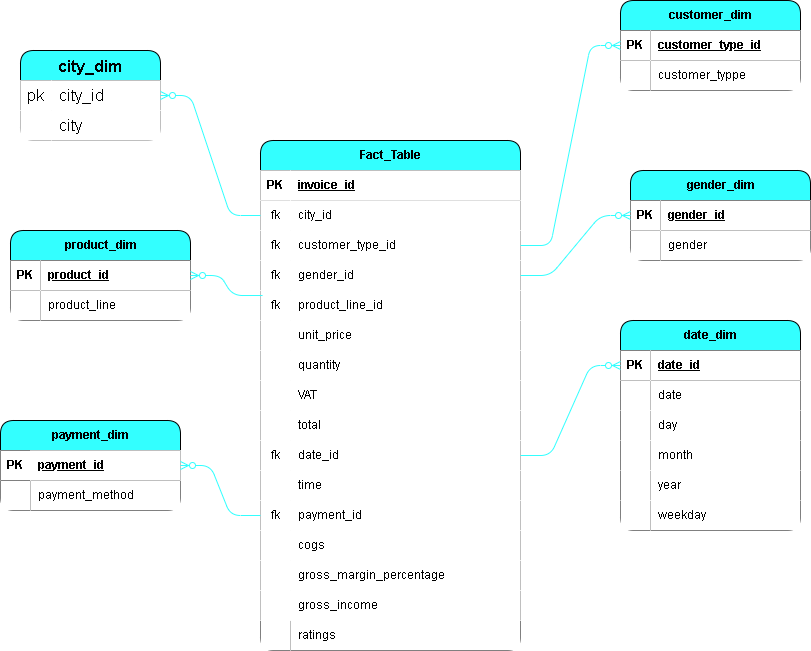
The draw.io diagram WalmartModel.drawio.png in kayikalvin/Walmart-DataAnalysis, before a commit. Source tidied: cells renumbered, new cells last; positions are measured from the earlier drawing's top-left corner, leaving out a move shared by most shapes.
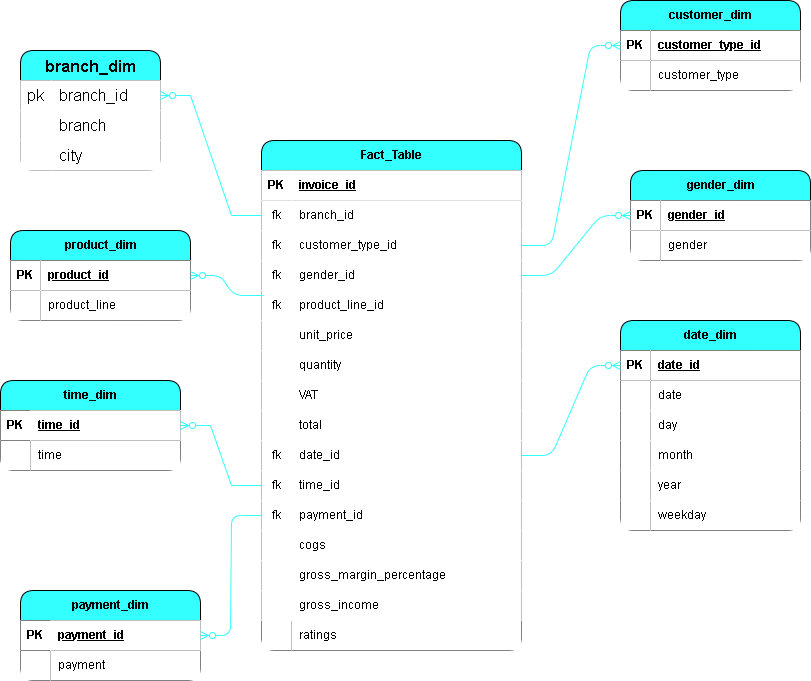
Later version of the same file.

Change to the diagram source:
```diff
@@ -3,7 +3,7 @@
     <mxCell id="0" />
     <mxCell id="1" parent="0" />
     <mxCell id="2" value="Fact_Table" style="shape=table;startSize=30;rowLines=0;fontStyle=1;align=center;html=1;labelBackgroundColor=none;rounded=1;fillColor=#33FFFF;" parent="1" vertex="1">
-      <mxGeometry x="260" y="140" width="260" height="510" as="geometry" />
+      <mxGeometry x="261" y="140" width="260" height="510" as="geometry" />
     </mxCell>
     <mxCell id="3" style="shape=tableRow;horizontal=0;startSize=0;swimlaneHead=0;swimlaneBody=0;top=0;left=0;right=0;bottom=1;shadow=0;labelBackgroundColor=none;rounded=1;" parent="2" vertex="1">
       <mxGeometry y="30" width="260" height="30" as="geometry" />
@@ -20,9 +20,9 @@
     <mxCell id="7" value="fk" style="shape=partialRectangle;top=0;left=0;bottom=0;right=0;overflow=hidden;whiteSpace=wrap;html=1;shadow=0;labelBackgroundColor=none;rounded=1;" parent="6" vertex="1">
       <mxGeometry width="30" height="30" as="geometry" />
     </mxCell>
-    <mxCell id="8" value="city_id" style="shape=partialRectangle;top=0;left=0;bottom=0;right=0;align=left;spacingLeft=6;overflow=hidden;whiteSpace=wrap;html=1;shadow=0;labelBackgroundColor=none;rounded=1;" parent="6" vertex="1">
-      <mxGeometry x="30" width="230" height="30" as="geometry" />
-    </mxCell>
+    <mxCell id="112" value="branch_id" style="shape=partialRectangle;top=0;left=0;bottom=0;right=0;align=left;spacingLeft=6;overflow=hidden;whiteSpace=wrap;html=1;shadow=0;labelBackgroundColor=none;rounded=1;" parent="6" vertex="1">
+      <mxGeometry x="30" width="230" height="30" as="geometry" />
+    </mxCell>
     <mxCell id="9" style="shape=tableRow;horizontal=0;startSize=0;swimlaneHead=0;swimlaneBody=0;points=[[0,0.5],[1,0.5]];portConstraint=eastwest;top=0;left=0;right=0;bottom=0;shadow=0;labelBackgroundColor=none;rounded=1;" parent="2" vertex="1">
       <mxGeometry y="90" width="260" height="30" as="geometry" />
     </mxCell>
@@ -98,10 +98,10 @@
     <mxCell id="33" style="shape=tableRow;horizontal=0;startSize=0;swimlaneHead=0;swimlaneBody=0;points=[[0,0.5],[1,0.5]];portConstraint=eastwest;top=0;left=0;right=0;bottom=0;shadow=0;labelBackgroundColor=none;rounded=1;" parent="2" vertex="1">
       <mxGeometry y="330" width="260" height="30" as="geometry" />
     </mxCell>
-    <mxCell id="34" style="shape=partialRectangle;top=0;left=0;bottom=0;right=0;overflow=hidden;whiteSpace=wrap;html=1;shadow=0;labelBackgroundColor=none;rounded=1;" parent="33" vertex="1">
+    <mxCell id="34" value="fk" style="shape=partialRectangle;top=0;left=0;bottom=0;right=0;overflow=hidden;whiteSpace=wrap;html=1;shadow=0;labelBackgroundColor=none;rounded=1;" parent="33" vertex="1">
       <mxGeometry width="30" height="30" as="geometry" />
     </mxCell>
-    <mxCell id="35" value="time" style="shape=partialRectangle;top=0;left=0;bottom=0;right=0;align=left;spacingLeft=6;overflow=hidden;whiteSpace=wrap;html=1;shadow=0;labelBackgroundColor=none;rounded=1;" parent="33" vertex="1">
+    <mxCell id="35" value="time_id" style="shape=partialRectangle;top=0;left=0;bottom=0;right=0;align=left;spacingLeft=6;overflow=hidden;whiteSpace=wrap;html=1;shadow=0;labelBackgroundColor=none;rounded=1;" parent="33" vertex="1">
       <mxGeometry x="30" width="230" height="30" as="geometry" />
     </mxCell>
     <mxCell id="36" style="shape=tableRow;horizontal=0;startSize=0;swimlaneHead=0;swimlaneBody=0;points=[[0,0.5],[1,0.5]];portConstraint=eastwest;top=0;left=0;right=0;bottom=0;shadow=0;labelBackgroundColor=none;rounded=1;" parent="2" vertex="1">
@@ -149,8 +149,8 @@
     <mxCell id="50" value="ratings" style="shape=partialRectangle;top=0;left=0;bottom=0;right=0;align=left;spacingLeft=6;overflow=hidden;whiteSpace=wrap;html=1;labelBackgroundColor=none;rounded=1;" parent="48" vertex="1">
       <mxGeometry x="30" width="230" height="30" as="geometry" />
     </mxCell>
-    <mxCell id="51" value="city_dim" style="shape=table;startSize=30;rowLines=0;fontStyle=1;fontSize=16;shadow=0;labelBackgroundColor=none;rounded=1;fillColor=#33FFFF;" parent="1" vertex="1">
-      <mxGeometry x="20" y="50" width="140" height="90" as="geometry" />
+    <mxCell id="51" value="branch_dim" style="shape=table;startSize=30;rowLines=0;fontStyle=1;fontSize=16;shadow=0;labelBackgroundColor=none;rounded=1;fillColor=#33FFFF;" parent="1" vertex="1">
+      <mxGeometry x="20" y="50" width="140" height="120" as="geometry" />
     </mxCell>
     <mxCell id="52" style="shape=tableRow;horizontal=0;startSize=0;swimlaneHead=0;swimlaneBody=0;top=0;left=0;bottom=0;right=0;points=[[0,0.5],[1,0.5]];portConstraint=eastwest;fontSize=16;shadow=0;labelBackgroundColor=none;rounded=1;" parent="51" vertex="1">
       <mxGeometry y="30" width="140" height="30" as="geometry" />
@@ -158,11 +158,20 @@
     <mxCell id="53" value="pk" style="shape=partialRectangle;html=1;whiteSpace=wrap;top=0;left=0;bottom=0;right=0;overflow=hidden;fontSize=16;shadow=0;labelBackgroundColor=none;rounded=1;" parent="52" vertex="1">
       <mxGeometry width="31" height="30" as="geometry" />
     </mxCell>
-    <mxCell id="54" value="city_id" style="shape=partialRectangle;html=1;whiteSpace=wrap;top=0;left=0;bottom=0;right=0;align=left;spacingLeft=6;overflow=hidden;fontSize=16;shadow=0;labelBackgroundColor=none;rounded=1;" parent="52" vertex="1">
+    <mxCell id="54" value="branch_id" style="shape=partialRectangle;html=1;whiteSpace=wrap;top=0;left=0;bottom=0;right=0;align=left;spacingLeft=6;overflow=hidden;fontSize=16;shadow=0;labelBackgroundColor=none;rounded=1;" parent="52" vertex="1">
       <mxGeometry x="31" width="109" height="30" as="geometry" />
     </mxCell>
+    <mxCell id="113" style="shape=tableRow;horizontal=0;startSize=0;swimlaneHead=0;swimlaneBody=0;top=0;left=0;bottom=0;right=0;fontSize=16;shadow=0;labelBackgroundColor=none;rounded=1;" parent="51" vertex="1">
+      <mxGeometry y="60" width="140" height="30" as="geometry" />
+    </mxCell>
+    <mxCell id="114" style="shape=partialRectangle;html=1;whiteSpace=wrap;top=0;left=0;bottom=0;right=0;overflow=hidden;fontSize=16;shadow=0;labelBackgroundColor=none;rounded=1;" parent="113" vertex="1">
+      <mxGeometry width="31" height="30" as="geometry" />
+    </mxCell>
+    <mxCell id="115" value="branch" style="shape=partialRectangle;html=1;whiteSpace=wrap;top=0;left=0;bottom=0;right=0;align=left;spacingLeft=6;overflow=hidden;fontSize=16;shadow=0;labelBackgroundColor=none;rounded=1;" parent="113" vertex="1">
+      <mxGeometry x="31" width="109" height="30" as="geometry" />
+    </mxCell>
     <mxCell id="55" style="shape=tableRow;horizontal=0;startSize=0;swimlaneHead=0;swimlaneBody=0;top=0;left=0;bottom=0;right=0;fontSize=16;shadow=0;labelBackgroundColor=none;rounded=1;" parent="51" vertex="1">
-      <mxGeometry y="60" width="140" height="30" as="geometry" />
+      <mxGeometry y="90" width="140" height="30" as="geometry" />
     </mxCell>
     <mxCell id="56" style="shape=partialRectangle;html=1;whiteSpace=wrap;top=0;left=0;bottom=0;right=0;overflow=hidden;fontSize=16;shadow=0;labelBackgroundColor=none;rounded=1;" parent="55" vertex="1">
       <mxGeometry width="31" height="30" as="geometry" />
@@ -170,7 +179,7 @@
     <mxCell id="57" value="city" style="shape=partialRectangle;html=1;whiteSpace=wrap;top=0;left=0;bottom=0;right=0;align=left;spacingLeft=6;overflow=hidden;fontSize=16;shadow=0;labelBackgroundColor=none;rounded=1;" parent="55" vertex="1">
       <mxGeometry x="31" width="109" height="30" as="geometry" />
     </mxCell>
-    <mxCell id="58" style="edgeStyle=entityRelationEdgeStyle;fontSize=12;html=1;endArrow=ERzeroToMany;endFill=1;rounded=1;shadow=0;labelBackgroundColor=none;fontColor=default;fillColor=#0050ef;strokeColor=#33FFFF;" parent="1" edge="1" source="6" target="52">
+    <mxCell id="58" style="edgeStyle=entityRelationEdgeStyle;fontSize=12;html=1;endArrow=ERzeroToMany;endFill=1;rounded=1;shadow=0;labelBackgroundColor=none;fontColor=default;fillColor=#0050ef;strokeColor=#33FFFF;" parent="1" edge="1" source="x" target="52">
       <mxGeometry relative="1" as="geometry" />
     </mxCell>
     <mxCell id="59" value="customer_dim" style="shape=table;startSize=30;rowLines=0;fontStyle=1;align=center;html=1;labelBackgroundColor=none;rounded=1;fillColor=#33FFFF;" parent="1" vertex="1">
@@ -191,7 +200,7 @@
     <mxCell id="64" style="shape=partialRectangle;top=0;left=0;bottom=0;right=0;overflow=hidden;whiteSpace=wrap;html=1;shadow=0;labelBackgroundColor=none;rounded=1;" parent="63" vertex="1">
       <mxGeometry width="30" height="30" as="geometry" />
     </mxCell>
-    <mxCell id="65" value="customer_typpe" style="shape=partialRectangle;top=0;left=0;bottom=0;right=0;align=left;spacingLeft=6;overflow=hidden;whiteSpace=wrap;html=1;labelBackgroundColor=none;rounded=1;" parent="63" vertex="1">
+    <mxCell id="65" value="customer_type" style="shape=partialRectangle;top=0;left=0;bottom=0;right=0;align=left;spacingLeft=6;overflow=hidden;whiteSpace=wrap;html=1;labelBackgroundColor=none;rounded=1;" parent="63" vertex="1">
       <mxGeometry x="30" width="150" height="30" as="geometry" />
     </mxCell>
     <mxCell id="66" style="edgeStyle=entityRelationEdgeStyle;fontSize=12;html=1;endArrow=ERzeroToMany;endFill=1;rounded=1;shadow=0;labelBackgroundColor=none;fontColor=default;fillColor=#6a00ff;strokeColor=#33FFFF;" parent="1" edge="1" source="9" target="60">
@@ -309,7 +318,7 @@
       <mxGeometry y="-2" relative="1" as="geometry" />
     </mxCell>
     <mxCell id="104" value="payment_dim" style="shape=table;startSize=30;rowLines=0;fontStyle=1;align=center;html=1;labelBackgroundColor=none;rounded=1;fillColor=#33FFFF;" parent="1" vertex="1">
-      <mxGeometry y="420" width="180" height="90" as="geometry" />
+      <mxGeometry x="20" y="590" width="180" height="90" as="geometry" />
     </mxCell>
     <mxCell id="105" style="shape=tableRow;horizontal=0;startSize=0;swimlaneHead=0;swimlaneBody=0;points=[[0,0.5],[1,0.5]];portConstraint=eastwest;top=0;left=0;right=0;bottom=1;labelBackgroundColor=none;rounded=1;" parent="104" vertex="1">
       <mxGeometry y="30" width="180" height="30" as="geometry" />
@@ -326,11 +335,38 @@
     <mxCell id="109" style="shape=partialRectangle;top=0;left=0;bottom=0;right=0;overflow=hidden;whiteSpace=wrap;html=1;labelBackgroundColor=none;rounded=1;" parent="108" vertex="1">
       <mxGeometry width="30" height="30" as="geometry" />
     </mxCell>
-    <mxCell id="110" value="payment_method" style="shape=partialRectangle;top=0;left=0;bottom=0;right=0;align=left;spacingLeft=6;overflow=hidden;whiteSpace=wrap;html=1;shadow=0;labelBackgroundColor=none;rounded=1;" parent="108" vertex="1">
+    <mxCell id="110" value="payment" style="shape=partialRectangle;top=0;left=0;bottom=0;right=0;align=left;spacingLeft=6;overflow=hidden;whiteSpace=wrap;html=1;shadow=0;labelBackgroundColor=none;rounded=1;" parent="108" vertex="1">
       <mxGeometry x="30" width="150" height="30" as="geometry" />
     </mxCell>
     <mxCell id="111" style="edgeStyle=entityRelationEdgeStyle;fontSize=12;html=1;endArrow=ERzeroToMany;endFill=1;rounded=1;shadow=0;labelBackgroundColor=none;fontColor=default;fillColor=#6a00ff;strokeColor=#33FFFF;" parent="1" edge="1" source="36" target="105">
       <mxGeometry relative="1" as="geometry" />
     </mxCell>
+    <mxCell id="116" style="edgeStyle=entityRelationEdgeStyle;fontSize=12;html=1;endArrow=ERzeroToMany;endFill=1;rounded=0;strokeColor=#33FFFF;" parent="1" edge="1" source="6" target="52">
+      <mxGeometry relative="1" as="geometry" />
+    </mxCell>
+    <mxCell id="117" value="time_dim" style="shape=table;startSize=30;rowLines=0;fontStyle=1;align=center;html=1;labelBackgroundColor=none;rounded=1;fillColor=#33FFFF;" parent="1" vertex="1">
+      <mxGeometry y="380" width="180" height="90" as="geometry" />
+    </mxCell>
+    <mxCell id="118" style="shape=tableRow;horizontal=0;startSize=0;swimlaneHead=0;swimlaneBody=0;points=[[0,0.5],[1,0.5]];portConstraint=eastwest;top=0;left=0;right=0;bottom=1;labelBackgroundColor=none;rounded=1;" parent="117" vertex="1">
+      <mxGeometry y="30" width="180" height="30" as="geometry" />
+    </mxCell>
+    <mxCell id="119" value="&lt;font color=&quot;#000000&quot;&gt;PK&lt;/font&gt;" style="shape=partialRectangle;fillColor=none;top=0;left=0;bottom=0;right=0;fontStyle=1;overflow=hidden;whiteSpace=wrap;html=1;labelBackgroundColor=none;rounded=1;" parent="118" vertex="1">
+      <mxGeometry width="30" height="30" as="geometry" />
+    </mxCell>
+    <mxCell id="120" value="time_id" style="shape=partialRectangle;top=0;left=0;bottom=0;right=0;align=left;spacingLeft=6;fontStyle=5;overflow=hidden;whiteSpace=wrap;html=1;shadow=0;labelBackgroundColor=none;rounded=1;" parent="118" vertex="1">
+      <mxGeometry x="30" width="150" height="30" as="geometry" />
+    </mxCell>
+    <mxCell id="121" style="shape=tableRow;horizontal=0;startSize=0;swimlaneHead=0;swimlaneBody=0;fillColor=none;top=0;left=0;right=0;bottom=0;labelBackgroundColor=none;rounded=1;" parent="117" vertex="1">
+      <mxGeometry y="60" width="180" height="30" as="geometry" />
+    </mxCell>
+    <mxCell id="122" style="shape=partialRectangle;top=0;left=0;bottom=0;right=0;overflow=hidden;whiteSpace=wrap;html=1;labelBackgroundColor=none;rounded=1;" parent="121" vertex="1">
+      <mxGeometry width="30" height="30" as="geometry" />
+    </mxCell>
+    <mxCell id="123" value="time" style="shape=partialRectangle;top=0;left=0;bottom=0;right=0;align=left;spacingLeft=6;overflow=hidden;whiteSpace=wrap;html=1;shadow=0;labelBackgroundColor=none;rounded=1;" parent="121" vertex="1">
+      <mxGeometry x="30" width="150" height="30" as="geometry" />
+    </mxCell>
+    <mxCell id="124" style="edgeStyle=entityRelationEdgeStyle;fontSize=12;html=1;endArrow=ERzeroToMany;endFill=1;rounded=0;strokeColor=#33FFFF;" parent="1" edge="1" source="33" target="118">
+      <mxGeometry relative="1" as="geometry" />
+    </mxCell>
   </root>
 </mxGraphModel>
```
